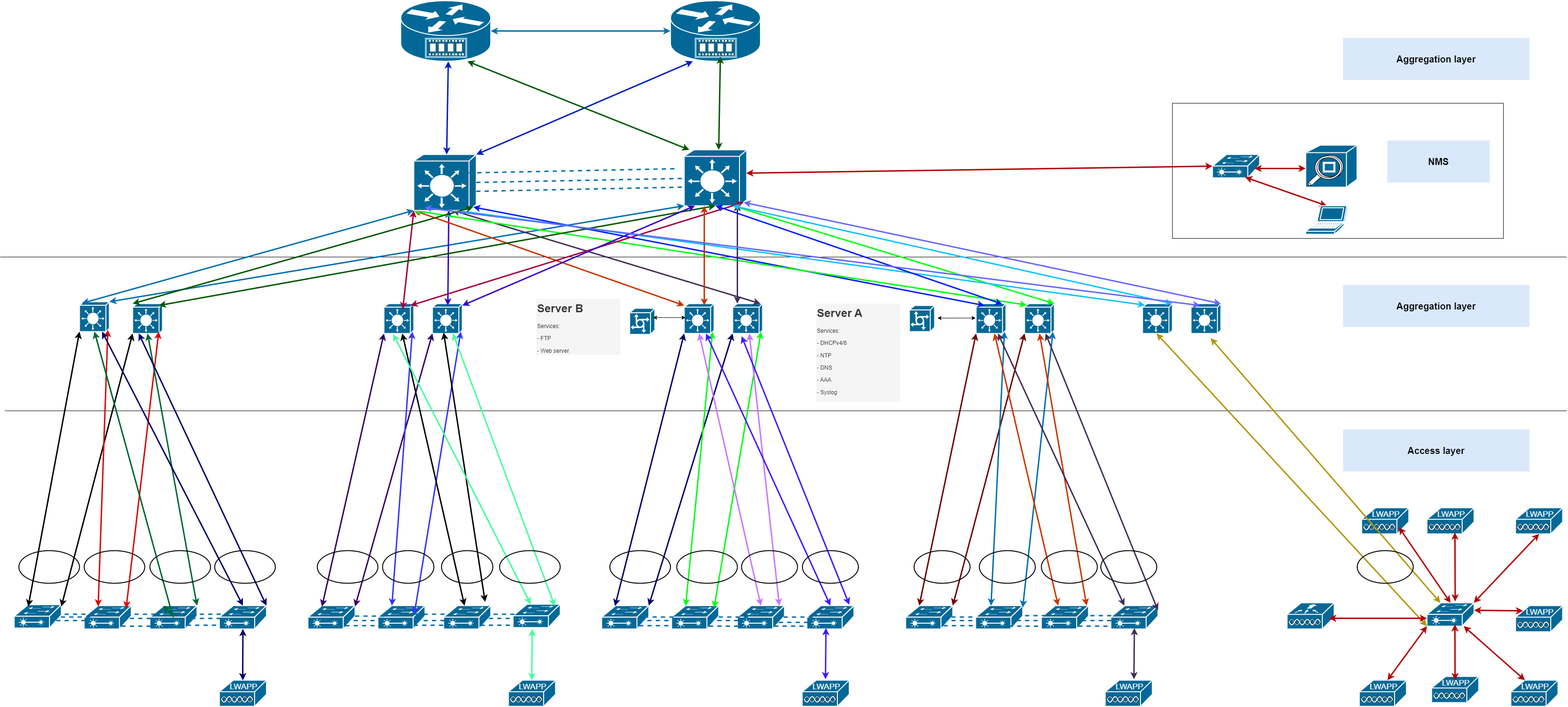
Earlier version of the draw.io export weeklyProject/techNovaSystems/HRNetworkDesign.drawio.png (shaunMsiza05/Computer-Networks). Source tidied: cells renumbered, new cells last; positions are measured from the earlier drawing's top-left corner, leaving out a move shared by most shapes.
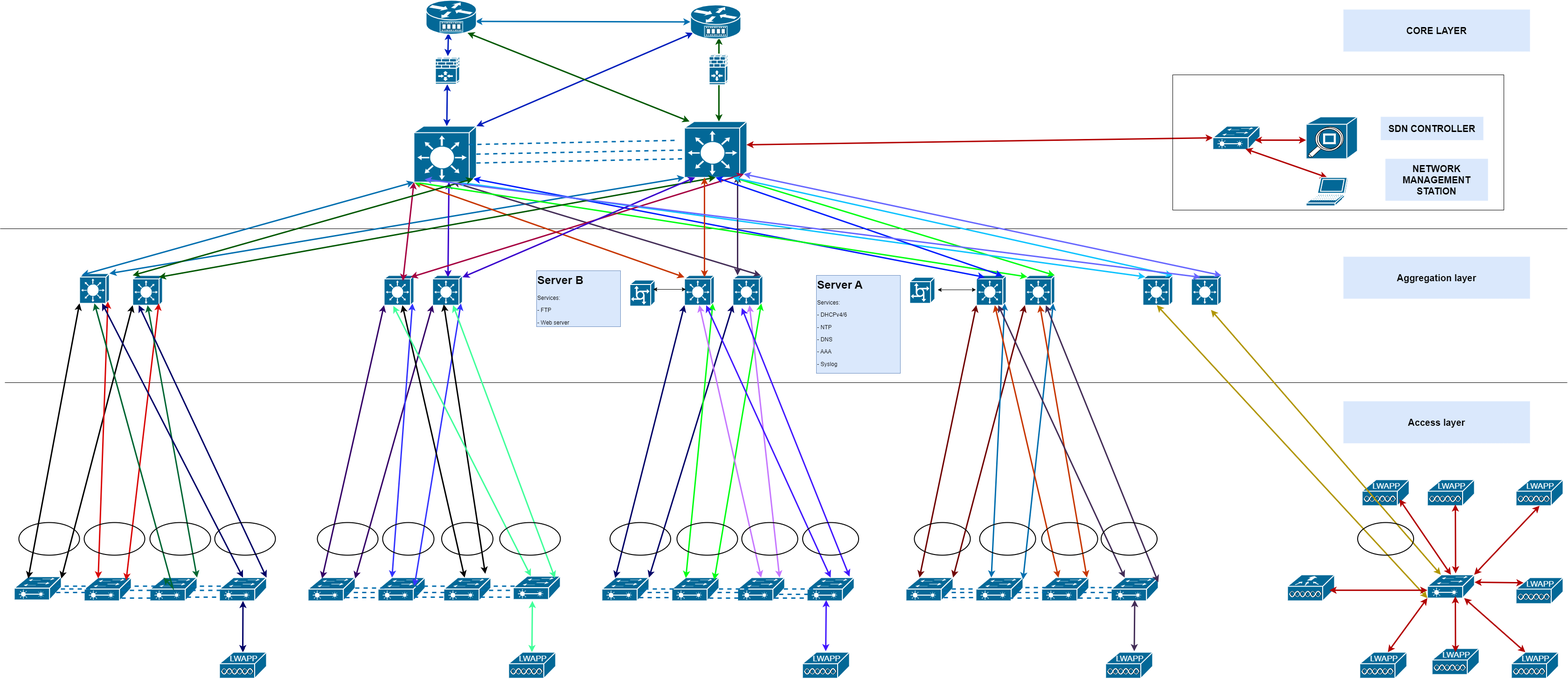
Above is the later version.

Change to the diagram source:
```diff
@@ -365,10 +365,10 @@
     <mxCell id="91" style="shape=mxgraph.cisco.servers.communications_server;sketch=0;html=1;dashed=0;fillColor=#036897;strokeColor=#ffffff;strokeWidth=2;verticalLabelPosition=bottom;verticalAlign=top;align=center;" parent="1" vertex="1">
       <mxGeometry x="1950" y="654" width="54" height="56" as="geometry" />
     </mxCell>
-    <mxCell id="92" value="&lt;h1 style=&quot;margin-top: 0px;&quot;&gt;Server A&lt;/h1&gt;&lt;p&gt;Services:&lt;/p&gt;&lt;p&gt;- DHCPv4/6&lt;/p&gt;&lt;p&gt;- NTP&lt;/p&gt;&lt;p&gt;- DNS&lt;/p&gt;&lt;p&gt;- AAA&lt;/p&gt;&lt;p&gt;- Syslog&lt;/p&gt;&lt;p&gt;.&lt;/p&gt;" style="text;html=1;whiteSpace=wrap;overflow=hidden;rounded=0;fillColor=#f5f5f5;strokeColor=none;fontColor=#333333;" parent="1" vertex="1">
+    <mxCell id="92" value="&lt;h1 style=&quot;margin-top: 0px;&quot;&gt;Server A&lt;/h1&gt;&lt;p&gt;Services:&lt;/p&gt;&lt;p&gt;- DHCPv4/6&lt;/p&gt;&lt;p&gt;- NTP&lt;/p&gt;&lt;p&gt;- DNS&lt;/p&gt;&lt;p&gt;- AAA&lt;/p&gt;&lt;p&gt;- Syslog&lt;/p&gt;&lt;p&gt;.&lt;/p&gt;" style="text;html=1;whiteSpace=wrap;overflow=hidden;rounded=0;fillColor=#dae8fc;strokeColor=#6c8ebf;" parent="1" vertex="1">
       <mxGeometry x="1750" y="650" width="180" height="210" as="geometry" />
     </mxCell>
-    <mxCell id="93" value="&lt;h1 style=&quot;margin-top: 0px;&quot;&gt;Server B&lt;/h1&gt;&lt;p&gt;Services:&lt;/p&gt;&lt;p&gt;- FTP&lt;/p&gt;&lt;p&gt;- Web server&lt;/p&gt;&lt;p&gt;.&lt;/p&gt;" style="text;html=1;whiteSpace=wrap;overflow=hidden;rounded=0;fillColor=#f5f5f5;strokeColor=none;fontColor=#333333;" parent="1" vertex="1">
+    <mxCell id="93" value="&lt;h1 style=&quot;margin-top: 0px;&quot;&gt;Server B&lt;/h1&gt;&lt;p&gt;Services:&lt;/p&gt;&lt;p&gt;- FTP&lt;/p&gt;&lt;p&gt;- Web server&lt;/p&gt;&lt;p&gt;.&lt;/p&gt;" style="text;html=1;whiteSpace=wrap;overflow=hidden;rounded=0;fillColor=#dae8fc;strokeColor=#6c8ebf;" parent="1" vertex="1">
       <mxGeometry x="1150" y="640" width="180" height="120" as="geometry" />
     </mxCell>
     <mxCell id="94" style="endArrow=classic;startArrow=classic;html=1;rounded=0;" parent="1" edge="1">
@@ -428,9 +428,6 @@
         <mxPoint x="980" y="450" as="targetPoint" />
       </mxGeometry>
     </mxCell>
-    <mxCell id="106" style="shape=mxgraph.cisco.routers.service_router;sketch=0;html=1;dashed=0;fillColor=#036897;strokeColor=#ffffff;strokeWidth=2;verticalLabelPosition=bottom;verticalAlign=top;align=center;outlineConnect=0;" parent="1" vertex="1">
-      <mxGeometry x="1437.5" width="193" height="130" as="geometry" />
-    </mxCell>
     <mxCell id="107" style="shape=mxgraph.cisco.switches.layer_3_switch;sketch=0;html=1;dashed=0;fillColor=#036897;strokeColor=#ffffff;strokeWidth=2;verticalLabelPosition=bottom;verticalAlign=top;align=center;outlineConnect=0;" parent="1" vertex="1">
       <mxGeometry x="887" y="330" width="134" height="120" as="geometry" />
     </mxCell>
@@ -493,9 +490,8 @@
         <mxPoint x="1485.6" y="130" as="targetPoint" />
       </mxGeometry>
     </mxCell>
-    <mxCell id="120" style="endArrow=classic;startArrow=classic;html=1;rounded=0;fontStyle=1;strokeWidth=3;fillColor=#0050ef;strokeColor=#001DBC;" parent="1" edge="1">
+    <mxCell id="120" style="endArrow=classic;startArrow=classic;html=1;rounded=0;fontStyle=1;strokeWidth=3;fillColor=#0050ef;strokeColor=#001DBC;" parent="1" edge="1" source="193">
       <mxGeometry relative="1" as="geometry">
-        <mxPoint x="957.5" y="330" as="sourcePoint" />
         <mxPoint x="961" y="130" as="targetPoint" />
       </mxGeometry>
     </mxCell>
@@ -533,28 +529,27 @@
     <mxCell id="128" style="shape=mxgraph.cisco.computers_and_peripherals.laptop;sketch=0;html=1;dashed=0;fillColor=#036897;strokeColor=#ffffff;strokeWidth=2;verticalLabelPosition=bottom;verticalAlign=top;align=center;outlineConnect=0;" parent="1" vertex="1">
       <mxGeometry x="2800" y="440" width="90" height="61" as="geometry" />
     </mxCell>
-    <mxCell id="129" style="shape=mxgraph.cisco.routers.service_router;sketch=0;html=1;dashed=0;fillColor=#036897;strokeColor=#ffffff;strokeWidth=2;verticalLabelPosition=bottom;verticalAlign=top;align=center;outlineConnect=0;" parent="1" vertex="1">
-      <mxGeometry x="859" width="193" height="130" as="geometry" />
-    </mxCell>
     <mxCell id="130" value="&lt;font&gt;&lt;b&gt;Aggregation layer&lt;/b&gt;&lt;/font&gt;" style="text;html=1;align=center;verticalAlign=middle;whiteSpace=wrap;rounded=0;fontSize=20;fillColor=#dae8fc;strokeColor=none;" parent="1" vertex="1">
       <mxGeometry x="2880" y="610" width="400" height="90" as="geometry" />
     </mxCell>
     <mxCell id="131" value="&lt;font&gt;&lt;b&gt;Access layer&lt;/b&gt;&lt;/font&gt;" style="text;html=1;align=center;verticalAlign=middle;whiteSpace=wrap;rounded=0;fontSize=20;fillColor=#dae8fc;strokeColor=none;" parent="1" vertex="1">
       <mxGeometry x="2880" y="920" width="400" height="90" as="geometry" />
     </mxCell>
-    <mxCell id="132" value="&lt;font&gt;&lt;b&gt;Aggregation layer&lt;/b&gt;&lt;/font&gt;" style="text;html=1;align=center;verticalAlign=middle;whiteSpace=wrap;rounded=0;fontSize=20;fillColor=#dae8fc;strokeColor=none;" parent="1" vertex="1">
+    <mxCell id="132" value="&lt;font&gt;&lt;b&gt;CORE LAYER&lt;/b&gt;&lt;/font&gt;" style="text;html=1;align=center;verticalAlign=middle;whiteSpace=wrap;rounded=0;fontSize=20;fillColor=#dae8fc;strokeColor=none;" parent="1" vertex="1">
       <mxGeometry x="2880" y="80" width="400" height="90" as="geometry" />
     </mxCell>
-    <mxCell id="133" value="&lt;font&gt;&lt;b&gt;NMS&lt;/b&gt;&lt;/font&gt;" style="text;html=1;align=center;verticalAlign=middle;whiteSpace=wrap;rounded=0;fontSize=20;fillColor=#dae8fc;strokeColor=none;" parent="1" vertex="1">
-      <mxGeometry x="2975" y="300" width="220" height="90" as="geometry" />
+    <mxCell id="133" value="&lt;font&gt;&lt;b&gt;NETWORK MANAGEMENT STATION&lt;/b&gt;&lt;/font&gt;" style="text;html=1;align=center;verticalAlign=middle;whiteSpace=wrap;rounded=0;fontSize=20;fillColor=#dae8fc;strokeColor=none;" parent="1" vertex="1">
+      <mxGeometry x="2970" y="400" width="220" height="90" as="geometry" />
     </mxCell>
-    <mxCell id="134" style="endArrow=classic;startArrow=classic;html=1;rounded=0;fontStyle=1;entryX=1;entryY=0.5;entryDx=0;entryDy=0;entryPerimeter=0;strokeWidth=3;fillColor=#1ba1e2;strokeColor=#006EAF;" parent="1" edge="1" source="106" target="129">
-      <mxGeometry relative="1" as="geometry" />
+    <mxCell id="134" style="endArrow=classic;startArrow=classic;html=1;rounded=0;fontStyle=1;entryX=1;entryY=0.5;entryDx=0;entryDy=0;entryPerimeter=0;strokeWidth=3;fillColor=#1ba1e2;strokeColor=#006EAF;exitX=0;exitY=0.5;exitDx=0;exitDy=0;exitPerimeter=0;" parent="1" edge="1" source="195">
+      <mxGeometry relative="1" as="geometry">
+        <mxPoint x="1018.5" y="105.4" as="targetPoint" />
+      </mxGeometry>
     </mxCell>
     <mxCell id="135" style="endArrow=classic;startArrow=classic;html=1;rounded=0;fontStyle=1;strokeWidth=3;fillColor=#008a00;strokeColor=#005700;" parent="1" edge="1">
       <mxGeometry relative="1" as="geometry">
         <mxPoint x="1541" y="320" as="sourcePoint" />
-        <mxPoint x="1544.5" y="120" as="targetPoint" />
+        <mxPoint x="1541" y="140" as="targetPoint" />
       </mxGeometry>
     </mxCell>
     <mxCell id="136" style="ellipse;whiteSpace=wrap;html=1;fillColor=none;strokeWidth=2;" parent="1" vertex="1">
@@ -839,5 +834,25 @@
         <mxPoint x="1451" y="360.5" as="targetPoint" />
       </mxGeometry>
     </mxCell>
+    <mxCell id="192" style="endArrow=classic;startArrow=classic;html=1;rounded=0;fontStyle=1;strokeWidth=3;fillColor=#0050ef;strokeColor=#001DBC;" parent="1" edge="1" target="193">
+      <mxGeometry relative="1" as="geometry">
+        <mxPoint x="957.5" y="330" as="sourcePoint" />
+      </mxGeometry>
+    </mxCell>
+    <mxCell id="193" style="shape=mxgraph.cisco.security.ios_firewall;sketch=0;html=1;dashed=0;fillColor=#036897;strokeColor=#ffffff;strokeWidth=2;verticalLabelPosition=bottom;verticalAlign=top;align=center;outlineConnect=0;" parent="1" vertex="1">
+      <mxGeometry x="933" y="180" width="52" height="60" as="geometry" />
+    </mxCell>
+    <mxCell id="194" style="shape=mxgraph.cisco.security.ios_firewall;sketch=0;html=1;dashed=0;fillColor=#036897;strokeColor=#ffffff;strokeWidth=2;verticalLabelPosition=bottom;verticalAlign=top;align=center;" parent="1" vertex="1">
+      <mxGeometry x="1520" y="175" width="40" height="66" as="geometry" />
+    </mxCell>
+    <mxCell id="195" style="shape=mxgraph.cisco.routers.service_router;sketch=0;html=1;dashed=0;fillColor=#036897;strokeColor=#ffffff;strokeWidth=2;verticalLabelPosition=bottom;verticalAlign=top;align=center;outlineConnect=0;" parent="1" vertex="1">
+      <mxGeometry x="1480" y="70" width="108" height="73" as="geometry" />
+    </mxCell>
+    <mxCell id="196" style="shape=mxgraph.cisco.routers.service_router;sketch=0;html=1;dashed=0;fillColor=#036897;strokeColor=#ffffff;strokeWidth=2;verticalLabelPosition=bottom;verticalAlign=top;align=center;" parent="1" vertex="1">
+      <mxGeometry x="913" y="60" width="108" height="73" as="geometry" />
+    </mxCell>
+    <mxCell id="197" value="&lt;font&gt;&lt;b&gt;SDN CONTROLLER&lt;/b&gt;&lt;/font&gt;" style="text;html=1;align=center;verticalAlign=middle;whiteSpace=wrap;rounded=0;fontSize=20;fillColor=#dae8fc;strokeColor=none;" parent="1" vertex="1">
+      <mxGeometry x="2960" y="310" width="220" height="50" as="geometry" />
+    </mxCell>
   </root>
 </mxGraphModel>
```
